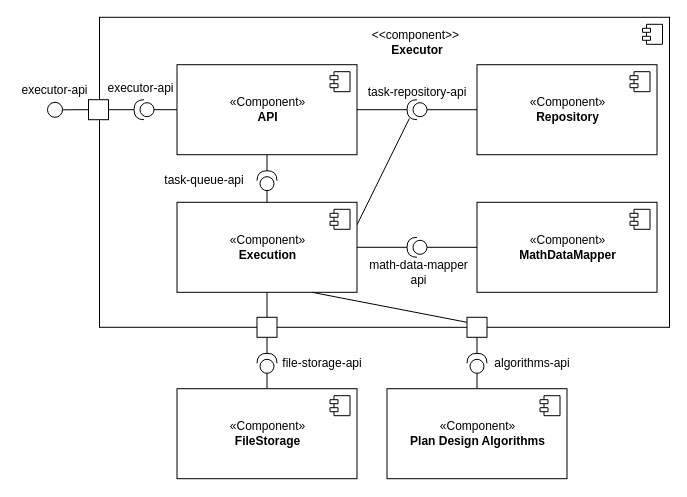
Earlier version of the draw.io diagram master/sources/diploma/architecture/diagrams/executor/component_common.drawio (stalker-fc/diploma). Source tidied: cells renumbered, new cells numbered last; positions are measured from the earlier drawing's top-left corner, leaving out a move shared by most shapes. Both pictures are drawn from the tidied source at 100%, with x=0, y=0 at pixel (17, 17).
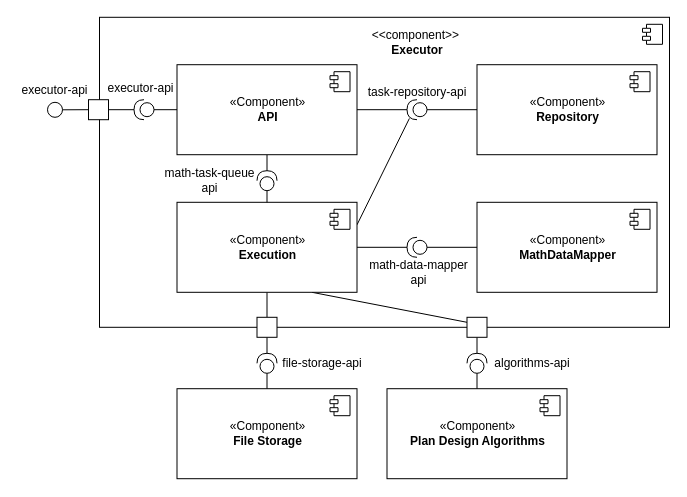
Above is the later version.

What changed in the source:
```diff
@@
-    <mxCell id="22" value="«Component»&lt;br&gt;&lt;b&gt;FileStorage&lt;/b&gt;" style="html=1;fillColor=default;" parent="1" vertex="1">
+    <mxCell id="22" value="«Component»&lt;br&gt;&lt;b&gt;File Storage&lt;/b&gt;" style="html=1;fillColor=default;" parent="1" vertex="1">
       <mxGeometry x="159.5" y="371.2" width="180" height="90" as="geometry" />
     </mxCell>
@@
-    <mxCell id="26" value="task-queue-api" style="text;html=1;strokeColor=none;fillColor=none;align=center;verticalAlign=middle;whiteSpace=wrap;rounded=0;" parent="1" vertex="1">
-      <mxGeometry x="142" y="148.2" width="90" height="30" as="geometry" />
+    <mxCell id="26" value="math-task-queue&lt;br&gt;api" style="text;html=1;strokeColor=none;fillColor=none;align=center;verticalAlign=middle;whiteSpace=wrap;rounded=0;" parent="1" vertex="1">
+      <mxGeometry x="144.5" y="148.2" width="95" height="30" as="geometry" />
     </mxCell>
```
